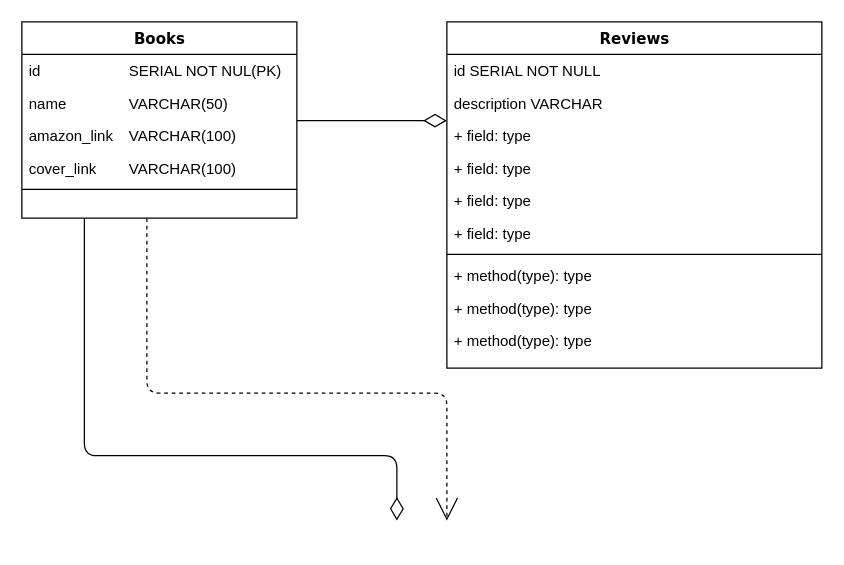
Above: Untitled Diagram.drawio in bhaveshpadave/book_reviews (draw.io), before the change. Source tidied: cells renumbered, new cells numbered last; positions are measured from the earlier drawing's top-left corner, leaving out a move shared by most shapes. Both pictures are drawn from the tidied source at 125%, with x=0, y=0 at pixel (21, 21).
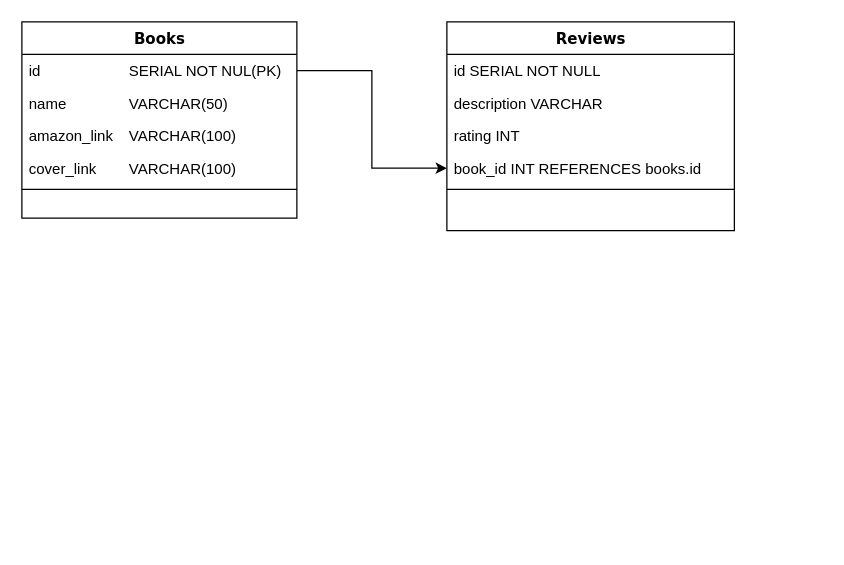
Above is the later version.

The change refers to these unchanged cells:
```xml
<mxCell id="4" value="Books" style="swimlane;html=1;fontStyle=1;align=center;verticalAlign=top;horizontal=1;startSize=26;swimlaneFillColor=#ffffff;rounded=0;shadow=0;comic=0;labelBackgroundColor=none;strokeWidth=1;fillColor=none;fontFamily=Verdana;fontSize=12;" parent="1" vertex="1">
  <mxGeometry width="220" height="157" as="geometry" />
</mxCell>
<mxCell id="5" value="id &lt;span style=&quot;white-space: pre;&quot;&gt;&#9;&lt;/span&gt;&lt;span style=&quot;white-space: pre;&quot;&gt;&#9;&lt;/span&gt;&lt;span style=&quot;white-space: pre;&quot;&gt;&#9;&lt;/span&gt;SERIAL NOT NUL(PK)" style="text;html=1;strokeColor=none;fillColor=none;align=left;verticalAlign=top;spacingLeft=4;spacingRight=4;whiteSpace=wrap;overflow=hidden;points=[[0,0.5],[1,0.5]];portConstraint=eastwest;" parent="4" vertex="1">
  <mxGeometry y="26" width="220" height="26" as="geometry" />
</mxCell>
```

Change to the diagram source:
```diff
@@
-    <mxCell id="2" style="edgeStyle=orthogonalEdgeStyle;html=1;labelBackgroundColor=none;startFill=0;startSize=8;endArrow=open;endFill=0;endSize=16;fontFamily=Verdana;fontSize=12;dashed=1;" parent="1" edge="1" source="4">
-      <mxGeometry relative="1" as="geometry">
-        <mxPoint x="340" y="399" as="targetPoint" />
-        <Array as="points">
-          <mxPoint x="100" y="297" />
-          <mxPoint x="340" y="297" />
-        </Array>
-      </mxGeometry>
-    </mxCell>
-    <mxCell id="3" style="edgeStyle=orthogonalEdgeStyle;html=1;labelBackgroundColor=none;startFill=0;startSize=8;endArrow=diamondThin;endFill=0;endSize=16;fontFamily=Verdana;fontSize=12;" parent="1" edge="1" source="4">
-      <mxGeometry relative="1" as="geometry">
-        <mxPoint x="300" y="399" as="targetPoint" />
-        <Array as="points">
-          <mxPoint x="50" y="347" />
-          <mxPoint x="300" y="347" />
-        </Array>
-      </mxGeometry>
-    </mxCell>
@@
     <mxCell id="10" value="Reviews" style="swimlane;html=1;fontStyle=1;align=center;verticalAlign=top;horizontal=1;startSize=26;swimlaneFillColor=#ffffff;rounded=0;shadow=0;comic=0;labelBackgroundColor=none;strokeWidth=1;fillColor=none;fontFamily=Verdana;fontSize=12;" parent="1" vertex="1">
-      <mxGeometry x="340" width="300" height="277" as="geometry" />
+      <mxGeometry x="340" width="230" height="167" as="geometry" />
     </mxCell>
     <mxCell id="11" value="id SERIAL NOT NULL" style="text;html=1;strokeColor=none;fillColor=none;align=left;verticalAlign=top;spacingLeft=4;spacingRight=4;whiteSpace=wrap;overflow=hidden;" parent="10" vertex="1">
-      <mxGeometry y="26" width="300" height="26" as="geometry" />
+      <mxGeometry y="26" width="230" height="26" as="geometry" />
     </mxCell>
     <mxCell id="12" value="description VARCHAR" style="text;html=1;strokeColor=none;fillColor=none;align=left;verticalAlign=top;spacingLeft=4;spacingRight=4;whiteSpace=wrap;overflow=hidden;" parent="10" vertex="1">
-      <mxGeometry y="52" width="300" height="26" as="geometry" />
+      <mxGeometry y="52" width="230" height="26" as="geometry" />
     </mxCell>
-    <mxCell id="13" value="+ field: type" style="text;html=1;strokeColor=none;fillColor=none;align=left;verticalAlign=top;spacingLeft=4;spacingRight=4;whiteSpace=wrap;overflow=hidden;" parent="10" vertex="1">
-      <mxGeometry y="78" width="300" height="26" as="geometry" />
+    <mxCell id="13" value="rating INT" style="text;html=1;strokeColor=none;fillColor=none;align=left;verticalAlign=top;spacingLeft=4;spacingRight=4;whiteSpace=wrap;overflow=hidden;" parent="10" vertex="1">
+      <mxGeometry y="78" width="230" height="26" as="geometry" />
     </mxCell>
-    <mxCell id="14" value="+ field: type" style="text;html=1;strokeColor=none;fillColor=none;align=left;verticalAlign=top;spacingLeft=4;spacingRight=4;whiteSpace=wrap;overflow=hidden;points=[[0,0.5],[1,0.5]];portConstraint=eastwest;" parent="10" vertex="1">
-      <mxGeometry y="104" width="300" height="26" as="geometry" />
+    <mxCell id="14" value="book_id INT REFERENCES books.id" style="text;html=1;strokeColor=none;fillColor=none;align=left;verticalAlign=top;spacingLeft=4;spacingRight=4;whiteSpace=wrap;overflow=hidden;points=[[0,0.5],[1,0.5]];portConstraint=eastwest;" parent="10" vertex="1">
+      <mxGeometry y="104" width="230" height="26" as="geometry" />
     </mxCell>
-    <mxCell id="15" value="+ field: type" style="text;html=1;strokeColor=none;fillColor=none;align=left;verticalAlign=top;spacingLeft=4;spacingRight=4;whiteSpace=wrap;overflow=hidden;" parent="10" vertex="1">
-      <mxGeometry y="130" width="300" height="26" as="geometry" />
-    </mxCell>
-    <mxCell id="16" value="+ field: type" style="text;html=1;strokeColor=none;fillColor=none;align=left;verticalAlign=top;spacingLeft=4;spacingRight=4;whiteSpace=wrap;overflow=hidden;" parent="10" vertex="1">
-      <mxGeometry y="156" width="300" height="26" as="geometry" />
-    </mxCell>
     <mxCell id="17" style="line;html=1;strokeWidth=1;fillColor=none;align=left;verticalAlign=middle;spacingTop=-1;spacingLeft=3;spacingRight=3;labelPosition=right;" parent="10" vertex="1">
-      <mxGeometry y="182" width="300" height="8" as="geometry" />
+      <mxGeometry y="130" width="230" height="8" as="geometry" />
     </mxCell>
-    <mxCell id="18" value="+ method(type): type" style="text;html=1;strokeColor=none;fillColor=none;align=left;verticalAlign=top;spacingLeft=4;spacingRight=4;whiteSpace=wrap;overflow=hidden;" parent="10" vertex="1">
-      <mxGeometry y="190" width="300" height="26" as="geometry" />
-    </mxCell>
-    <mxCell id="19" value="+ method(type): type" style="text;html=1;strokeColor=none;fillColor=none;align=left;verticalAlign=top;spacingLeft=4;spacingRight=4;whiteSpace=wrap;overflow=hidden;" parent="10" vertex="1">
-      <mxGeometry y="216" width="300" height="26" as="geometry" />
-    </mxCell>
-    <mxCell id="20" value="+ method(type): type" style="text;html=1;strokeColor=none;fillColor=none;align=left;verticalAlign=top;spacingLeft=4;spacingRight=4;whiteSpace=wrap;overflow=hidden;" parent="10" vertex="1">
-      <mxGeometry y="242" width="300" height="26" as="geometry" />
-    </mxCell>
-    <mxCell id="21" style="edgeStyle=elbowEdgeStyle;html=1;labelBackgroundColor=none;startFill=0;startSize=8;endArrow=diamondThin;endFill=0;endSize=16;fontFamily=Verdana;fontSize=12;elbow=vertical;" parent="1" edge="1" source="4" target="10">
-      <mxGeometry relative="1" as="geometry" />
-    </mxCell>
+    <mxCell id="22" style="edgeStyle=none;rounded=0;jettySize=auto;html=1;entryX=0;entryY=0.5;entryDx=0;entryDy=0;" parent="1" edge="1" source="5" target="14">
+      <mxGeometry relative="1" as="geometry">
+        <Array as="points">
+          <mxPoint x="280" y="39" />
+          <mxPoint x="280" y="117" />
+        </Array>
+      </mxGeometry>
+    </mxCell>
```
